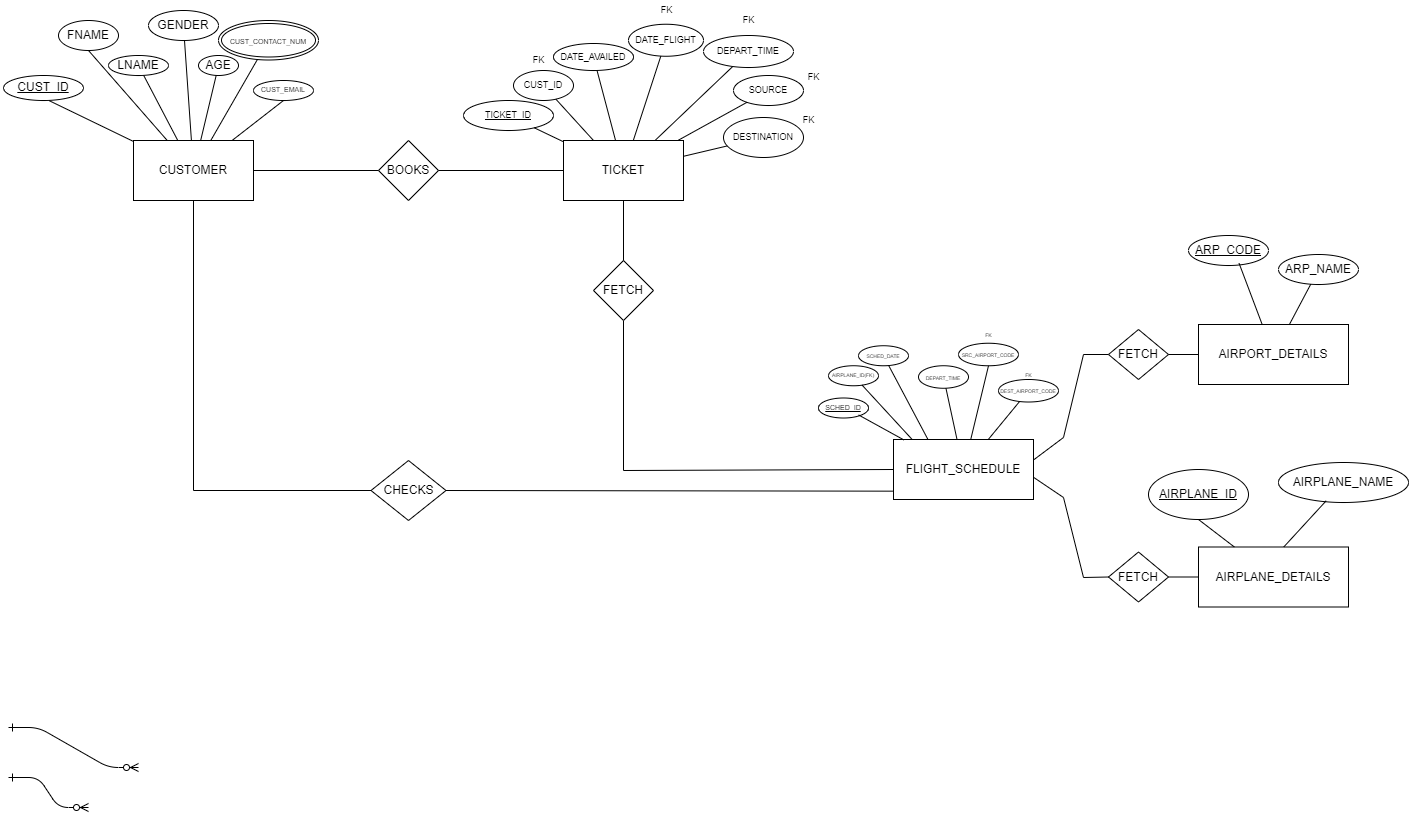
The draw.io diagram AIRLINE RESERVATION SYSTEM.drawio.png in abhinav162/Diagrams, before a commit. Source tidied: cells renumbered, new cells last; positions are measured from the earlier drawing's top-left corner, leaving out a move shared by most shapes.
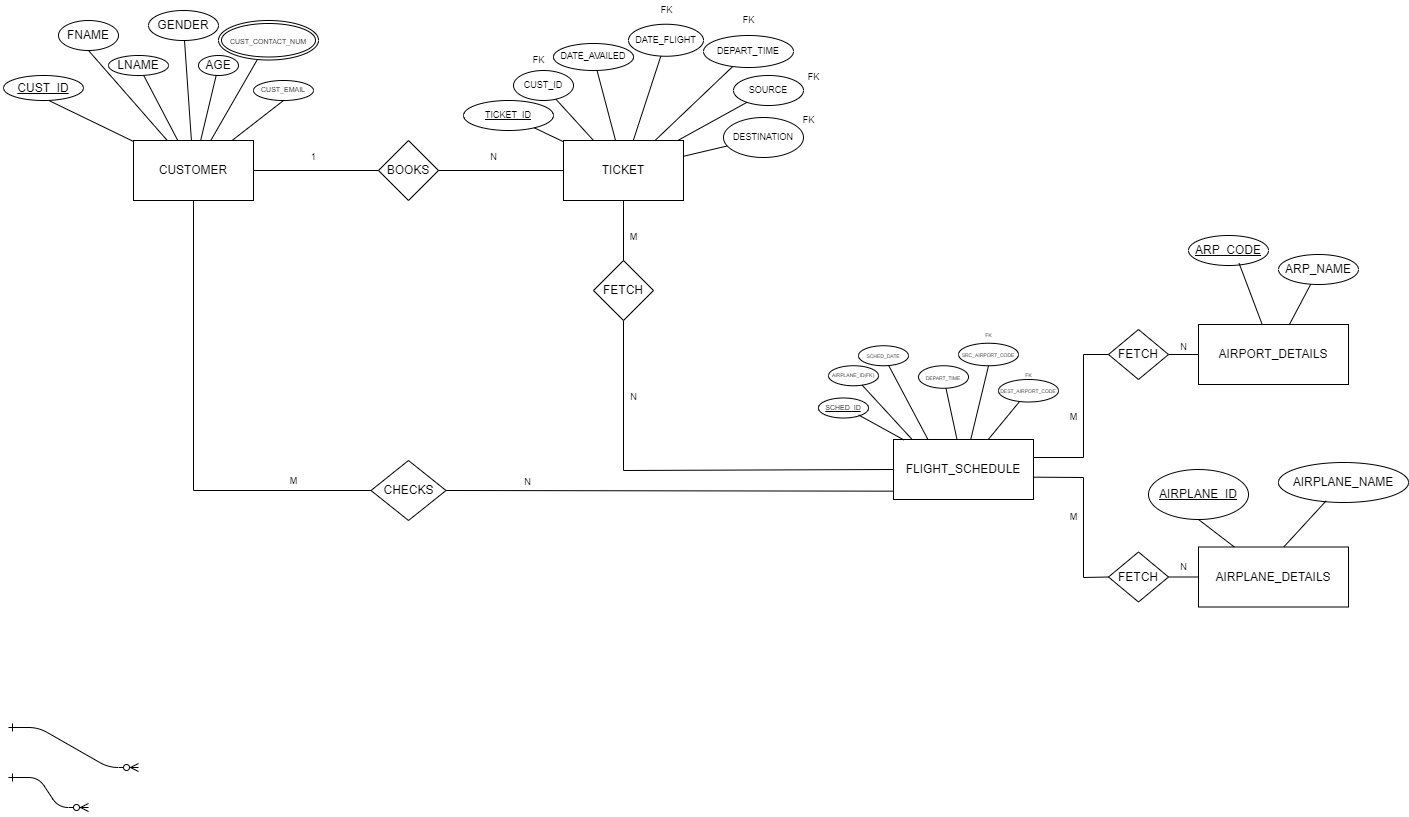
After the commit.

The edit, as a diff of the source:
```diff
@@ -223,10 +223,11 @@
     <mxCell id="68" style="endArrow=none;html=1;rounded=0;fontSize=9;" parent="1" edge="1" source="8" target="61">
       <mxGeometry relative="1" as="geometry" />
     </mxCell>
-    <mxCell id="69" style="endArrow=none;html=1;rounded=0;strokeColor=default;strokeWidth=1;fontSize=9;entryX=0;entryY=0.5;entryDx=0;entryDy=0;exitX=1.002;exitY=0.338;exitDx=0;exitDy=0;exitPerimeter=0;" parent="1" edge="1" source="7" target="33">
+    <mxCell id="69" style="endArrow=none;html=1;rounded=0;strokeColor=default;strokeWidth=1;fontSize=9;entryX=0;entryY=0.5;entryDx=0;entryDy=0;" parent="1" edge="1" target="33">
       <mxGeometry relative="1" as="geometry">
+        <mxPoint x="1030" y="457" as="sourcePoint" />
         <Array as="points">
-          <mxPoint x="1060" y="437" />
+          <mxPoint x="1080" y="457" />
           <mxPoint x="1080" y="354" />
         </Array>
       </mxGeometry>
@@ -235,7 +236,7 @@
       <mxGeometry relative="1" as="geometry">
         <Array as="points">
           <mxPoint x="1080" y="577" />
-          <mxPoint x="1060" y="497" />
+          <mxPoint x="1080" y="477" />
         </Array>
       </mxGeometry>
     </mxCell>
@@ -267,5 +268,35 @@
     <mxCell id="78" value="FK" style="text;html=1;align=center;verticalAlign=middle;strokeColor=none;fillColor=none;fontSize=9;" parent="1" vertex="1">
       <mxGeometry x="790" y="110" width="30" height="20" as="geometry" />
     </mxCell>
+    <mxCell id="79" value="M" style="text;html=1;align=center;verticalAlign=middle;strokeColor=none;fillColor=none;fontSize=9;" parent="1" vertex="1">
+      <mxGeometry x="275" y="471" width="30" height="20" as="geometry" />
+    </mxCell>
+    <mxCell id="80" value="N" style="text;html=1;align=center;verticalAlign=middle;strokeColor=none;fillColor=none;fontSize=9;" parent="1" vertex="1">
+      <mxGeometry x="509" y="472" width="30" height="20" as="geometry" />
+    </mxCell>
+    <mxCell id="81" value="1" style="text;html=1;align=center;verticalAlign=middle;strokeColor=none;fillColor=none;fontSize=9;" parent="1" vertex="1">
+      <mxGeometry x="295" y="147" width="30" height="20" as="geometry" />
+    </mxCell>
+    <mxCell id="82" value="N" style="text;html=1;align=center;verticalAlign=middle;strokeColor=none;fillColor=none;fontSize=9;" parent="1" vertex="1">
+      <mxGeometry x="475" y="147" width="30" height="20" as="geometry" />
+    </mxCell>
+    <mxCell id="83" value="M" style="text;html=1;align=center;verticalAlign=middle;strokeColor=none;fillColor=none;fontSize=9;" parent="1" vertex="1">
+      <mxGeometry x="615" y="227" width="30" height="20" as="geometry" />
+    </mxCell>
+    <mxCell id="84" value="N" style="text;html=1;align=center;verticalAlign=middle;strokeColor=none;fillColor=none;fontSize=9;" parent="1" vertex="1">
+      <mxGeometry x="615" y="387" width="30" height="20" as="geometry" />
+    </mxCell>
+    <mxCell id="85" value="M" style="text;html=1;align=center;verticalAlign=middle;strokeColor=none;fillColor=none;fontSize=9;" parent="1" vertex="1">
+      <mxGeometry x="1055" y="407" width="30" height="20" as="geometry" />
+    </mxCell>
+    <mxCell id="86" value="N" style="text;html=1;align=center;verticalAlign=middle;strokeColor=none;fillColor=none;fontSize=9;" parent="1" vertex="1">
+      <mxGeometry x="1165" y="337" width="30" height="20" as="geometry" />
+    </mxCell>
+    <mxCell id="87" value="M" style="text;html=1;align=center;verticalAlign=middle;strokeColor=none;fillColor=none;fontSize=9;" parent="1" vertex="1">
+      <mxGeometry x="1055" y="507" width="30" height="20" as="geometry" />
+    </mxCell>
+    <mxCell id="88" value="N" style="text;html=1;align=center;verticalAlign=middle;strokeColor=none;fillColor=none;fontSize=9;" parent="1" vertex="1">
+      <mxGeometry x="1165" y="557" width="30" height="20" as="geometry" />
+    </mxCell>
   </root>
 </mxGraphModel>
```
